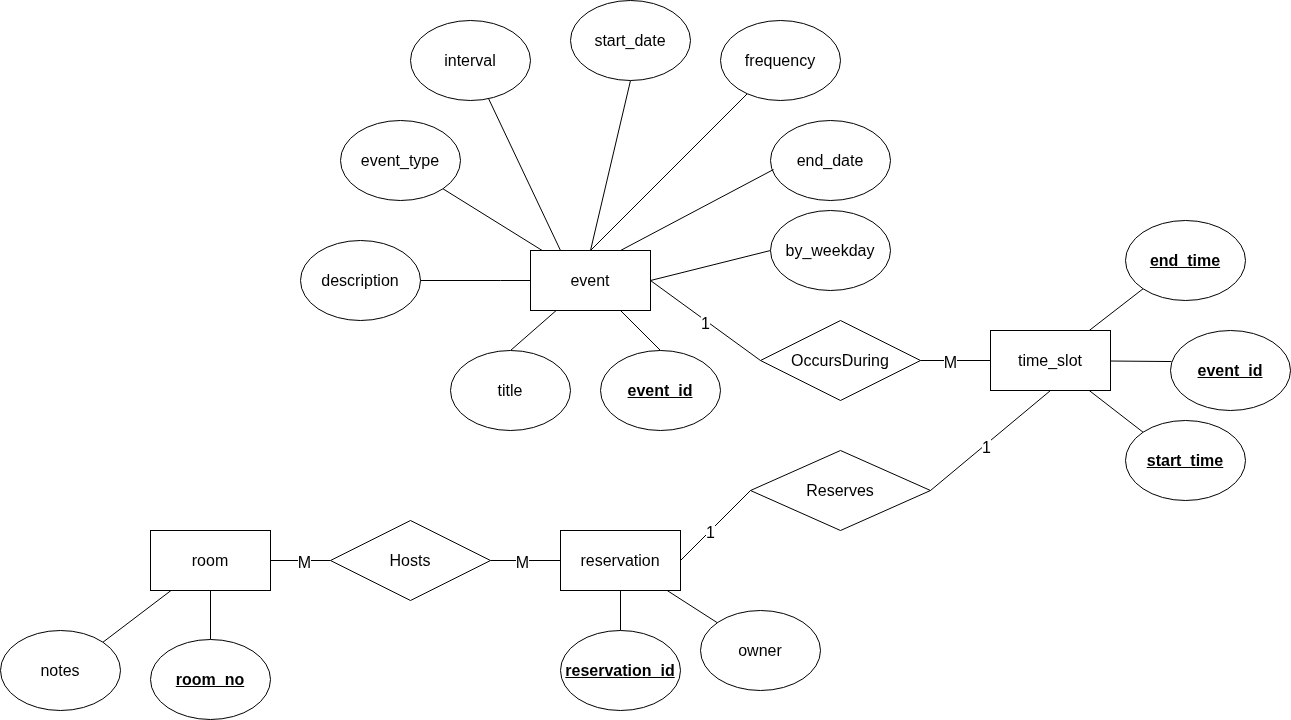
Earlier version of the draw.io export Extra/Room_Scheduling.drawio.png (rusty-trim/classroom-scheduling-app). Source tidied: cells renumbered, new cells last; positions are measured from the earlier drawing's top-left corner, leaving out a move shared by most shapes.
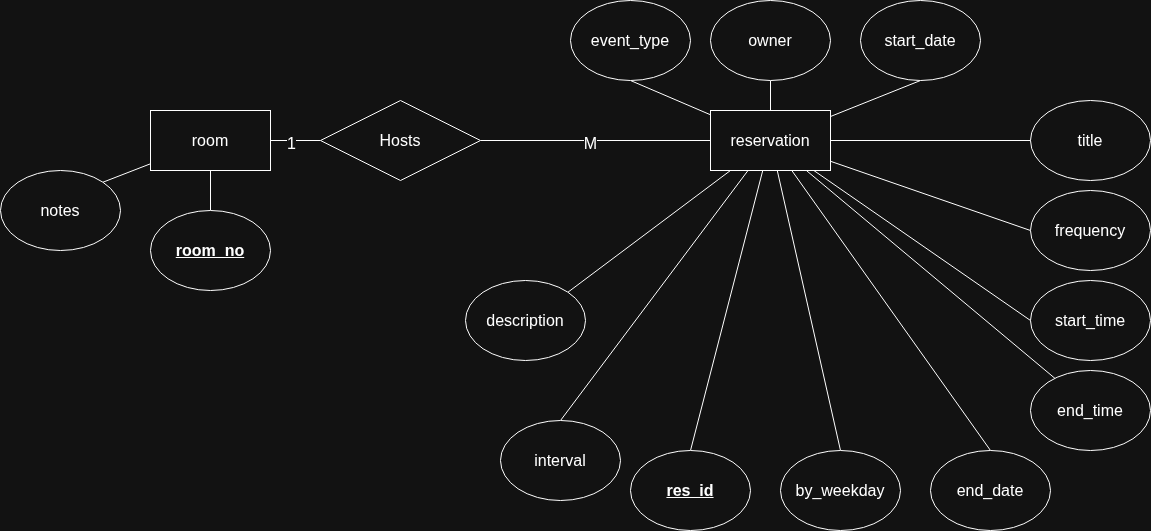
After the commit.

The edit, as a diff of the source:
```diff
@@ -2,162 +2,110 @@
   <root>
     <mxCell id="0" />
     <mxCell id="1" parent="0" />
-    <mxCell id="2" style="rounded=0;jettySize=auto;html=1;entryX=0.5;entryY=0;entryDx=0;entryDy=0;endArrow=none;endFill=0;fontSize=16;" parent="1" edge="1" source="4" target="10">
-      <mxGeometry relative="1" as="geometry" />
-    </mxCell>
-    <mxCell id="3" style="rounded=0;jettySize=auto;html=1;entryX=1;entryY=0;entryDx=0;entryDy=0;endArrow=none;endFill=0;fontSize=16;" parent="1" edge="1" source="4" target="51">
-      <mxGeometry relative="1" as="geometry" />
-    </mxCell>
-    <mxCell id="4" value="room" style="rounded=0;whiteSpace=wrap;html=1;fontSize=16;" parent="1" vertex="1">
-      <mxGeometry x="150" y="530" width="120" height="60" as="geometry" />
-    </mxCell>
-    <mxCell id="5" style="rounded=0;jettySize=auto;html=1;entryX=0.5;entryY=0;entryDx=0;entryDy=0;endArrow=none;endFill=0;fontSize=16;" parent="1" edge="1" source="9" target="11">
-      <mxGeometry relative="1" as="geometry" />
-    </mxCell>
-    <mxCell id="6" style="rounded=0;jettySize=auto;html=1;entryX=1;entryY=0.5;entryDx=0;entryDy=0;endArrow=none;endFill=0;fontSize=16;" parent="1" edge="1" source="9" target="12">
-      <mxGeometry relative="1" as="geometry">
-        <Array as="points">
-          <mxPoint x="500" y="280" />
-        </Array>
-      </mxGeometry>
-    </mxCell>
-    <mxCell id="7" style="rounded=0;jettySize=auto;html=1;entryX=0.5;entryY=0;entryDx=0;entryDy=0;endArrow=none;endFill=0;fontSize=16;" parent="1" edge="1" source="9" target="13">
-      <mxGeometry relative="1" as="geometry" />
-    </mxCell>
-    <mxCell id="8" style="rounded=0;jettySize=auto;html=1;entryX=1;entryY=1;entryDx=0;entryDy=0;endArrow=none;endFill=0;fontSize=16;" parent="1" edge="1" source="9" target="19">
-      <mxGeometry relative="1" as="geometry" />
-    </mxCell>
+    <mxCell id="53" style="rounded=0;jettySize=auto;html=1;entryX=0.5;entryY=0;entryDx=0;entryDy=0;endArrow=none;endFill=0;fontSize=16;" parent="1" edge="1" source="9" target="10">
+      <mxGeometry relative="1" as="geometry" />
+    </mxCell>
+    <mxCell id="54" style="rounded=0;jettySize=auto;html=1;entryX=1;entryY=0;entryDx=0;entryDy=0;endArrow=none;endFill=0;fontSize=16;" parent="1" edge="1" source="9" target="51">
+      <mxGeometry relative="1" as="geometry" />
+    </mxCell>
+    <mxCell id="55" style="rounded=0;jettySize=auto;html=1;entryX=0;entryY=0.5;entryDx=0;entryDy=0;endArrow=none;endFill=0;fontSize=16;" parent="1" edge="1" source="9" target="35">
+      <mxGeometry relative="1" as="geometry" />
+    </mxCell>
+    <mxCell id="38" value="1" style="edgeLabel;html=1;align=center;verticalAlign=middle;fontSize=16;" parent="55" vertex="1">
+      <mxGeometry x="-0.2" y="-2" relative="1" as="geometry" />
+    </mxCell>
-    <mxCell id="9" value="event" style="rounded=0;whiteSpace=wrap;html=1;fontSize=16;" parent="1" vertex="1">
-      <mxGeometry x="530" y="250" width="120" height="60" as="geometry" />
+    <mxCell id="9" value="room" style="rounded=0;whiteSpace=wrap;html=1;fontSize=16;" parent="1" vertex="1">
+      <mxGeometry x="550" y="400" width="120" height="60" as="geometry" />
     </mxCell>
+    <mxCell id="33" style="rounded=0;jettySize=auto;html=1;entryX=0;entryY=0.5;entryDx=0;entryDy=0;endArrow=none;endFill=0;fontSize=16;" parent="1" edge="1" source="35" target="29">
+      <mxGeometry relative="1" as="geometry" />
+    </mxCell>
+    <mxCell id="56" value="M" style="edgeLabel;html=1;align=center;verticalAlign=middle;fontSize=16;" parent="33" vertex="1">
+      <mxGeometry x="-0.05" y="-2" relative="1" as="geometry" />
+    </mxCell>
+    <mxCell id="35" value="Hosts" style="rhombus;whiteSpace=wrap;html=1;fontSize=16;" parent="1" vertex="1">
+      <mxGeometry x="720" y="390" width="160" height="80" as="geometry" />
+    </mxCell>
+    <mxCell id="57" style="rounded=0;jettySize=auto;html=1;entryX=0.5;entryY=0;entryDx=0;entryDy=0;endArrow=none;endFill=0;fontSize=16;" parent="1" edge="1" source="29" target="67">
+      <mxGeometry relative="1" as="geometry" />
+    </mxCell>
+    <mxCell id="58" style="rounded=0;jettySize=auto;html=1;entryX=1;entryY=0;entryDx=0;entryDy=0;endArrow=none;endFill=0;fontSize=16;" parent="1" edge="1" source="29" target="12">
+      <mxGeometry relative="1" as="geometry" />
+    </mxCell>
+    <mxCell id="59" style="rounded=0;jettySize=auto;html=1;entryX=0.5;entryY=1;entryDx=0;entryDy=0;endArrow=none;endFill=0;fontSize=16;" parent="1" edge="1" source="29" target="19">
+      <mxGeometry relative="1" as="geometry" />
+    </mxCell>
+    <mxCell id="28" style="rounded=0;jettySize=auto;html=1;entryX=0.5;entryY=1;entryDx=0;entryDy=0;endArrow=none;endFill=0;fontSize=16;" parent="1" edge="1" source="29" target="36">
+      <mxGeometry relative="1" as="geometry" />
+    </mxCell>
+    <mxCell id="60" style="rounded=0;jettySize=auto;html=1;entryX=0.5;entryY=1;entryDx=0;entryDy=0;endArrow=none;endFill=0;fontSize=16;" parent="1" edge="1" source="29" target="48">
+      <mxGeometry relative="1" as="geometry" />
+    </mxCell>
+    <mxCell id="61" style="rounded=0;jettySize=auto;html=1;entryX=0;entryY=0.5;entryDx=0;entryDy=0;endArrow=none;endFill=0;fontSize=16;" parent="1" edge="1" source="29" target="45">
+      <mxGeometry relative="1" as="geometry" />
+    </mxCell>
+    <mxCell id="62" style="rounded=0;jettySize=auto;html=1;entryX=0;entryY=0.5;entryDx=0;entryDy=0;endArrow=none;endFill=0;fontSize=16;" parent="1" edge="1" source="29" target="20">
+      <mxGeometry relative="1" as="geometry" />
+    </mxCell>
+    <mxCell id="63" style="rounded=0;jettySize=auto;html=1;entryX=0.225;entryY=0.125;entryDx=0;entryDy=0;endArrow=none;endFill=0;entryPerimeter=0;fontSize=16;" parent="1" edge="1" source="29" target="21">
+      <mxGeometry relative="1" as="geometry" />
+    </mxCell>
+    <mxCell id="64" style="rounded=0;jettySize=auto;html=1;entryX=0.5;entryY=0;entryDx=0;entryDy=0;endArrow=none;endFill=0;fontSize=16;" parent="1" edge="1" source="29" target="49">
+      <mxGeometry relative="1" as="geometry" />
+    </mxCell>
+    <mxCell id="65" style="rounded=0;jettySize=auto;html=1;entryX=0.5;entryY=0;entryDx=0;entryDy=0;endArrow=none;endFill=0;fontSize=16;" parent="1" edge="1" source="29" target="47">
+      <mxGeometry relative="1" as="geometry" />
+    </mxCell>
+    <mxCell id="66" style="rounded=0;jettySize=auto;html=1;entryX=0.5;entryY=0;entryDx=0;entryDy=0;endArrow=none;endFill=0;fontSize=16;" parent="1" edge="1" source="29" target="52">
+      <mxGeometry relative="1" as="geometry" />
+    </mxCell>
+    <mxCell id="29" value="reservation" style="rounded=0;whiteSpace=wrap;html=1;fontSize=16;" parent="1" vertex="1">
+      <mxGeometry x="1110" y="400" width="120" height="60" as="geometry" />
+    </mxCell>
     <mxCell id="10" value="room_no" style="ellipse;whiteSpace=wrap;html=1;fontStyle=5;fontSize=16;" parent="1" vertex="1">
-      <mxGeometry x="150" y="639" width="120" height="80" as="geometry" />
+      <mxGeometry x="550" y="500" width="120" height="80" as="geometry" />
     </mxCell>
+    <mxCell id="51" value="notes" style="ellipse;whiteSpace=wrap;html=1;fontSize=16;" parent="1" vertex="1">
+      <mxGeometry x="400" y="460" width="120" height="80" as="geometry" />
+    </mxCell>
+    <mxCell id="67" value="res_id" style="ellipse;whiteSpace=wrap;html=1;fontStyle=5;fontSize=16;" parent="1" vertex="1">
+      <mxGeometry x="1030" y="740" width="120" height="80" as="geometry" />
+    </mxCell>
     <mxCell id="11" value="title" style="ellipse;whiteSpace=wrap;html=1;fontSize=16;" parent="1" vertex="1">
-      <mxGeometry x="450" y="350" width="120" height="80" as="geometry" />
+      <mxGeometry x="1430" y="390" width="120" height="80" as="geometry" />
     </mxCell>
+    <mxCell id="68" style="rounded=0;jettySize=auto;html=1;entryX=0;entryY=0.5;entryDx=0;entryDy=0;endArrow=none;endFill=0;fontSize=16;" parent="1" edge="1" source="29" target="11">
+      <mxGeometry relative="1" as="geometry" />
+    </mxCell>
     <mxCell id="12" value="description" style="ellipse;whiteSpace=wrap;html=1;fontSize=16;" parent="1" vertex="1">
-      <mxGeometry x="300" y="240" width="120" height="80" as="geometry" />
+      <mxGeometry x="865" y="570" width="120" height="80" as="geometry" />
     </mxCell>
-    <mxCell id="13" value="event_id" style="ellipse;whiteSpace=wrap;html=1;fontStyle=5;fontSize=16;" parent="1" vertex="1">
-      <mxGeometry x="600" y="350" width="120" height="80" as="geometry" />
-    </mxCell>
-    <mxCell id="14" style="rounded=0;jettySize=auto;html=1;entryX=0.008;entryY=0.388;entryDx=0;entryDy=0;endArrow=none;endFill=0;entryPerimeter=0;fontSize=16;" parent="1" edge="1" source="17" target="18">
-      <mxGeometry relative="1" as="geometry" />
-    </mxCell>
-    <mxCell id="15" style="rounded=0;jettySize=auto;html=1;entryX=0;entryY=0;entryDx=0;entryDy=0;endArrow=none;endFill=0;fontSize=16;" parent="1" edge="1" source="17" target="20">
-      <mxGeometry relative="1" as="geometry" />
-    </mxCell>
-    <mxCell id="16" style="rounded=0;jettySize=auto;html=1;entryX=0;entryY=1;entryDx=0;entryDy=0;endArrow=none;endFill=0;fontSize=16;" parent="1" edge="1" source="17" target="21">
-      <mxGeometry relative="1" as="geometry" />
-    </mxCell>
-    <mxCell id="17" value="time_slot" style="rounded=0;whiteSpace=wrap;html=1;fontSize=16;" parent="1" vertex="1">
-      <mxGeometry x="990" y="330" width="120" height="60" as="geometry" />
-    </mxCell>
-    <mxCell id="18" value="event_id" style="ellipse;whiteSpace=wrap;html=1;fontStyle=5;fontSize=16;" parent="1" vertex="1">
-      <mxGeometry x="1170" y="330" width="120" height="80" as="geometry" />
-    </mxCell>
     <mxCell id="19" value="event_type" style="ellipse;whiteSpace=wrap;html=1;fontSize=16;" parent="1" vertex="1">
-      <mxGeometry x="340" y="120" width="120" height="80" as="geometry" />
+      <mxGeometry x="970" y="290" width="120" height="80" as="geometry" />
     </mxCell>
-    <mxCell id="20" value="start_time" style="ellipse;whiteSpace=wrap;html=1;fontSize=16;fontStyle=5;" parent="1" vertex="1">
-      <mxGeometry x="1125" y="420" width="120" height="80" as="geometry" />
-    </mxCell>
-    <mxCell id="21" value="end_time" style="ellipse;whiteSpace=wrap;html=1;fontSize=16;fontStyle=5;" parent="1" vertex="1">
-      <mxGeometry x="1125" y="220" width="120" height="80" as="geometry" />
-    </mxCell>
-    <mxCell id="22" style="rounded=0;jettySize=auto;html=1;entryX=1;entryY=0.5;entryDx=0;entryDy=0;endArrow=none;endFill=0;exitX=0;exitY=0.5;exitDx=0;exitDy=0;fontSize=16;" parent="1" edge="1" source="26" target="9">
-      <mxGeometry relative="1" as="geometry" />
-    </mxCell>
-    <mxCell id="23" value="&lt;font&gt;1&lt;/font&gt;" style="edgeLabel;html=1;align=center;verticalAlign=middle;fontSize=16;" parent="22" vertex="1">
-      <mxGeometry x="-0.02" y="2" relative="1" as="geometry" />
-    </mxCell>
-    <mxCell id="24" style="rounded=0;jettySize=auto;html=1;entryX=0;entryY=0.5;entryDx=0;entryDy=0;endArrow=none;endFill=0;exitX=1;exitY=0.5;exitDx=0;exitDy=0;fontSize=16;" parent="1" edge="1" source="26" target="17">
-      <mxGeometry relative="1" as="geometry" />
-    </mxCell>
-    <mxCell id="25" value="M" style="edgeLabel;html=1;align=center;verticalAlign=middle;fontSize=16;" parent="24" vertex="1">
-      <mxGeometry x="-0.18" y="-1" relative="1" as="geometry" />
-    </mxCell>
-    <mxCell id="26" value="Occurs&lt;span style=&quot;background-color: transparent; color: light-dark(rgb(0, 0, 0), rgb(255, 255, 255));&quot;&gt;During&lt;/span&gt;" style="rhombus;whiteSpace=wrap;html=1;fontSize=16;" parent="1" vertex="1">
-      <mxGeometry x="760" y="320" width="160" height="80" as="geometry" />
-    </mxCell>
-    <mxCell id="27" style="rounded=0;jettySize=auto;html=1;entryX=0.5;entryY=0;entryDx=0;entryDy=0;endArrow=none;endFill=0;fontSize=16;" parent="1" edge="1" source="29" target="30">
-      <mxGeometry relative="1" as="geometry" />
-    </mxCell>
-    <mxCell id="28" style="rounded=0;jettySize=auto;html=1;endArrow=none;endFill=0;fontSize=16;" parent="1" edge="1" source="29" target="36">
-      <mxGeometry relative="1" as="geometry" />
-    </mxCell>
-    <mxCell id="29" value="reservation" style="rounded=0;whiteSpace=wrap;html=1;fontSize=16;" parent="1" vertex="1">
-      <mxGeometry x="560" y="530" width="120" height="60" as="geometry" />
-    </mxCell>
-    <mxCell id="30" value="reservation_id" style="ellipse;whiteSpace=wrap;html=1;fontStyle=5;fontSize=16;" parent="1" vertex="1">
-      <mxGeometry x="560" y="630" width="120" height="80" as="geometry" />
-    </mxCell>
-    <mxCell id="31" style="rounded=0;jettySize=auto;html=1;entryX=1;entryY=0.5;entryDx=0;entryDy=0;endArrow=none;endFill=0;fontSize=16;" parent="1" edge="1" source="35" target="4">
-      <mxGeometry relative="1" as="geometry" />
-    </mxCell>
-    <mxCell id="32" value="M" style="edgeLabel;html=1;align=center;verticalAlign=middle;fontSize=16;" parent="31" vertex="1">
-      <mxGeometry x="-0.09" y="1" relative="1" as="geometry" />
-    </mxCell>
-    <mxCell id="33" style="rounded=0;jettySize=auto;html=1;entryX=0;entryY=0.5;entryDx=0;entryDy=0;endArrow=none;endFill=0;fontSize=16;" parent="1" edge="1" source="35" target="29">
-      <mxGeometry relative="1" as="geometry" />
-    </mxCell>
-    <mxCell id="34" value="&lt;font&gt;M&lt;/font&gt;" style="edgeLabel;html=1;align=center;verticalAlign=middle;fontSize=16;" parent="33" vertex="1">
-      <mxGeometry x="-0.1" y="-1" relative="1" as="geometry" />
-    </mxCell>
-    <mxCell id="35" value="Hosts" style="rhombus;whiteSpace=wrap;html=1;fontSize=16;" parent="1" vertex="1">
-      <mxGeometry x="330" y="520" width="160" height="80" as="geometry" />
-    </mxCell>
-    <mxCell id="36" value="owner" style="ellipse;whiteSpace=wrap;html=1;fontSize=16;" parent="1" vertex="1">
-      <mxGeometry x="700" y="610" width="120" height="80" as="geometry" />
-    </mxCell>
-    <mxCell id="37" style="rounded=0;jettySize=auto;html=1;entryX=0.5;entryY=1;entryDx=0;entryDy=0;endArrow=none;endFill=0;exitX=1;exitY=0.5;exitDx=0;exitDy=0;fontSize=16;" parent="1" edge="1" source="41" target="17">
-      <mxGeometry relative="1" as="geometry" />
-    </mxCell>
-    <mxCell id="38" value="1" style="edgeLabel;html=1;align=center;verticalAlign=middle;fontSize=16;" parent="37" vertex="1">
-      <mxGeometry x="-0.1" y="-2" relative="1" as="geometry" />
-    </mxCell>
-    <mxCell id="39" style="rounded=0;jettySize=auto;html=1;entryX=1;entryY=0.5;entryDx=0;entryDy=0;endArrow=none;endFill=0;exitX=0;exitY=0.5;exitDx=0;exitDy=0;fontSize=16;" parent="1" edge="1" source="41" target="29">
-      <mxGeometry relative="1" as="geometry" />
-    </mxCell>
-    <mxCell id="40" value="&lt;font&gt;1&lt;/font&gt;" style="edgeLabel;html=1;align=center;verticalAlign=middle;fontSize=16;" parent="39" vertex="1">
-      <mxGeometry x="0.17" y="1" relative="1" as="geometry" />
-    </mxCell>
-    <mxCell id="41" value="Reserves" style="rhombus;whiteSpace=wrap;html=1;fontSize=16;" parent="1" vertex="1">
-      <mxGeometry x="750" y="450" width="180" height="80" as="geometry" />
-    </mxCell>
-    <mxCell id="42" style="rounded=0;jettySize=auto;html=1;entryX=0.5;entryY=1;entryDx=0;entryDy=0;endArrow=none;endFill=0;fontSize=16;exitX=0.5;exitY=0;exitDx=0;exitDy=0;" parent="1" edge="1" source="9" target="48">
-      <mxGeometry relative="1" as="geometry" />
-    </mxCell>
-    <mxCell id="43" style="rounded=0;jettySize=auto;html=1;entryX=0;entryY=0.5;entryDx=0;entryDy=0;endArrow=none;endFill=0;fontSize=16;exitX=1;exitY=0.5;exitDx=0;exitDy=0;" parent="1" edge="1" source="9" target="52">
-      <mxGeometry relative="1" as="geometry" />
-    </mxCell>
-    <mxCell id="44" style="rounded=0;jettySize=auto;html=1;entryX=0.5;entryY=0;entryDx=0;entryDy=0;endArrow=none;endFill=0;fontSize=16;" parent="1" edge="1" source="45" target="9">
-      <mxGeometry relative="1" as="geometry" />
-    </mxCell>
-    <mxCell id="45" value="frequency" style="ellipse;whiteSpace=wrap;html=1;fontSize=16;" parent="1" vertex="1">
-      <mxGeometry x="720" y="20" width="120" height="80" as="geometry" />
-    </mxCell>
-    <mxCell id="46" style="rounded=0;jettySize=auto;html=1;entryX=0.25;entryY=0;entryDx=0;entryDy=0;endArrow=none;endFill=0;fontSize=16;" parent="1" edge="1" source="47" target="9">
-      <mxGeometry relative="1" as="geometry" />
-    </mxCell>
     <mxCell id="47" value="interval" style="ellipse;whiteSpace=wrap;html=1;fontSize=16;" parent="1" vertex="1">
-      <mxGeometry x="410" y="20" width="120" height="80" as="geometry" />
+      <mxGeometry x="900" y="710" width="120" height="80" as="geometry" />
     </mxCell>
     <mxCell id="48" value="start_date" style="ellipse;whiteSpace=wrap;html=1;fontSize=16;" parent="1" vertex="1">
-      <mxGeometry x="570" width="120" height="80" as="geometry" />
+      <mxGeometry x="1260" y="290" width="120" height="80" as="geometry" />
     </mxCell>
     <mxCell id="49" value="end_date" style="ellipse;whiteSpace=wrap;html=1;fontSize=16;" parent="1" vertex="1">
-      <mxGeometry x="770" y="120" width="120" height="80" as="geometry" />
+      <mxGeometry x="1330" y="740" width="120" height="80" as="geometry" />
     </mxCell>
-    <mxCell id="50" style="rounded=0;jettySize=auto;html=1;entryX=0.025;entryY=0.613;entryDx=0;entryDy=0;endArrow=none;endFill=0;fontSize=16;exitX=0.75;exitY=0;exitDx=0;exitDy=0;entryPerimeter=0;" parent="1" edge="1" source="9" target="49">
-      <mxGeometry relative="1" as="geometry" />
-    </mxCell>
-    <mxCell id="51" value="notes" style="ellipse;whiteSpace=wrap;html=1;fontSize=16;" parent="1" vertex="1">
-      <mxGeometry y="630" width="120" height="80" as="geometry" />
-    </mxCell>
+    <mxCell id="45" value="frequency" style="ellipse;whiteSpace=wrap;html=1;fontSize=16;" parent="1" vertex="1">
+      <mxGeometry x="1430" y="480" width="120" height="80" as="geometry" />
+    </mxCell>
     <mxCell id="52" value="by_weekday" style="ellipse;whiteSpace=wrap;html=1;fontSize=16;" parent="1" vertex="1">
-      <mxGeometry x="770" y="210" width="120" height="80" as="geometry" />
+      <mxGeometry x="1180" y="740" width="120" height="80" as="geometry" />
     </mxCell>
+    <mxCell id="20" value="start_time" style="ellipse;whiteSpace=wrap;html=1;fontSize=16;" parent="1" vertex="1">
+      <mxGeometry x="1430" y="570" width="120" height="80" as="geometry" />
+    </mxCell>
+    <mxCell id="21" value="end_time" style="ellipse;whiteSpace=wrap;html=1;fontSize=16;" parent="1" vertex="1">
+      <mxGeometry x="1430" y="660" width="120" height="80" as="geometry" />
+    </mxCell>
+    <mxCell id="36" value="owner" style="ellipse;whiteSpace=wrap;html=1;fontSize=16;" parent="1" vertex="1">
+      <mxGeometry x="1110" y="290" width="120" height="80" as="geometry" />
+    </mxCell>
   </root>
 </mxGraphModel>
```
